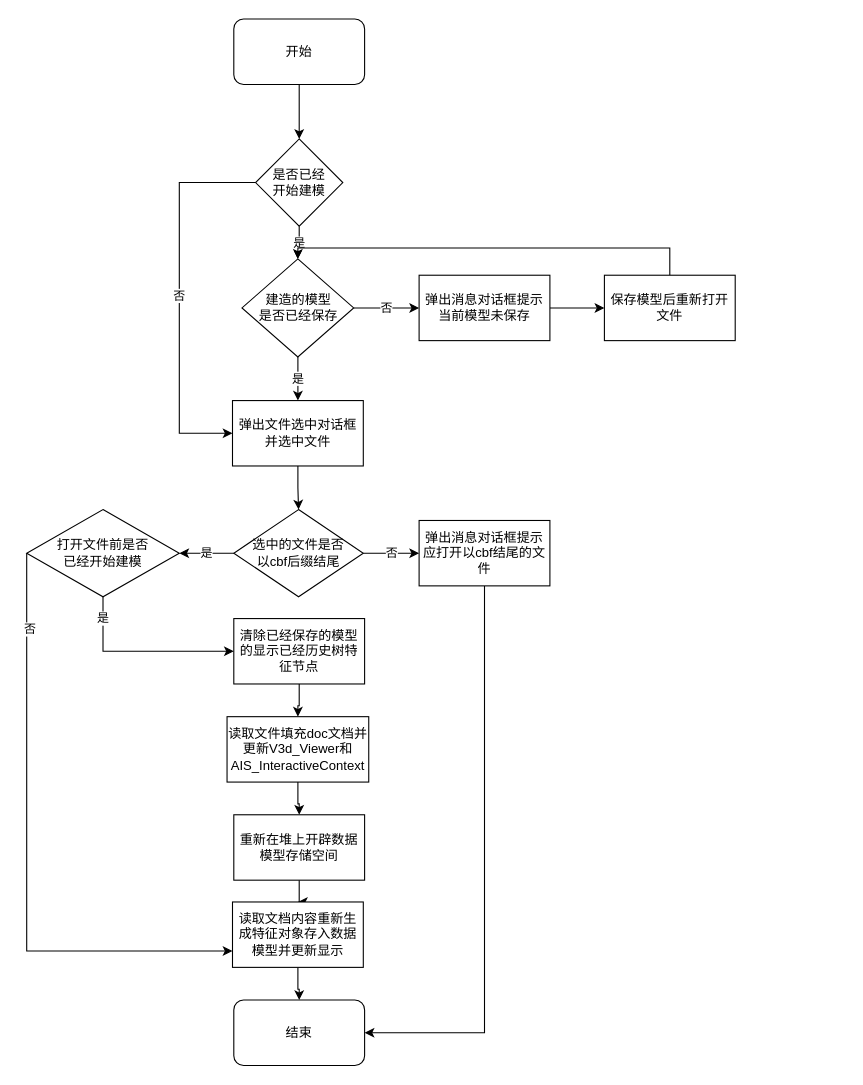
The draw.io diagram 文件存储和读取.drawio in liuhuliuhu123/First-test, before the edit. Source tidied: cells renumbered, new cells numbered last; positions are measured from the earlier drawing's top-left corner, leaving out a move shared by most shapes. Both pictures are drawn from the tidied source at 109%, with x=0, y=0 at pixel (26, 19).
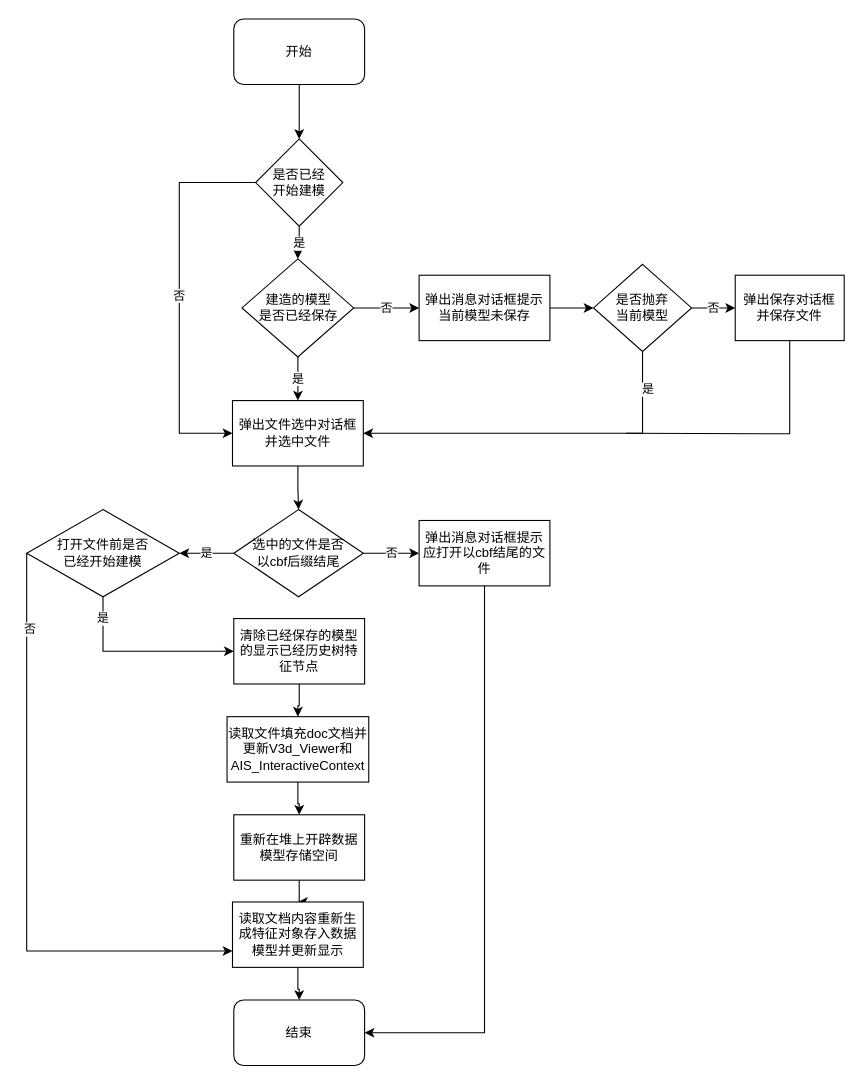
After the change.

Commit message (it also covers changes not shown here):
更新文件存储和读取.drawio

The change refers to these unchanged cells:
```xml
<mxCell id="9" value="建造的模型&lt;br&gt;是否已经保存" style="rhombus;whiteSpace=wrap;html=1;" parent="1" vertex="1">
  <mxGeometry x="197.5" y="220" width="102.5" height="90" as="geometry" />
</mxCell>
<mxCell id="11" value="弹出消息对话框提示当前模型未保存" style="rounded=0;whiteSpace=wrap;html=1;" parent="1" vertex="1">
  <mxGeometry x="360" y="235" width="120" height="60" as="geometry" />
</mxCell>
<mxCell id="13" value="弹出文件选中对话框并选中文件" style="rounded=0;whiteSpace=wrap;html=1;" parent="1" vertex="1">
  <mxGeometry x="188.8" y="350" width="120" height="60" as="geometry" />
</mxCell>
```

Change to the diagram source:
```diff
@@
-    <mxCell id="10" style="edgeStyle=orthogonalEdgeStyle;rounded=0;jettySize=auto;html=1;entryX=0;entryY=0.5;entryDx=0;entryDy=0;" parent="1" edge="1" source="11" target="27">
+    <mxCell id="10" style="edgeStyle=orthogonalEdgeStyle;rounded=0;jettySize=auto;html=1;entryX=0;entryY=0.5;entryDx=0;entryDy=0;" parent="1" edge="1" source="11" target="36">
       <mxGeometry relative="1" as="geometry" />
     </mxCell>
@@
-    <mxCell id="26" style="edgeStyle=orthogonalEdgeStyle;rounded=0;jettySize=auto;html=1;entryX=0.5;entryY=0;entryDx=0;entryDy=0;" parent="1" edge="1" source="27" target="9">
-      <mxGeometry relative="1" as="geometry">
-        <Array as="points">
-          <mxPoint x="590" y="210" />
-          <mxPoint x="249" y="210" />
-        </Array>
-      </mxGeometry>
-    </mxCell>
-    <mxCell id="27" value="保存模型后重新打开文件" style="rounded=0;whiteSpace=wrap;html=1;" parent="1" vertex="1">
-      <mxGeometry x="530" y="235" width="120" height="60" as="geometry" />
+    <mxCell id="27" value="弹出保存对话框&lt;br&gt;并保存文件" style="rounded=0;whiteSpace=wrap;html=1;" parent="1" vertex="1">
+      <mxGeometry x="650" y="235" width="100" height="60" as="geometry" />
     </mxCell>
@@
+    <mxCell id="34" value="否" style="edgeStyle=orthogonalEdgeStyle;rounded=0;jettySize=auto;html=1;entryX=0;entryY=0.5;entryDx=0;entryDy=0;" parent="1" edge="1" source="36" target="27">
+      <mxGeometry relative="1" as="geometry" />
+    </mxCell>
+    <mxCell id="35" value="是" style="edgeStyle=orthogonalEdgeStyle;rounded=0;jettySize=auto;html=1;entryX=1;entryY=0.5;entryDx=0;entryDy=0;" parent="1" edge="1" source="36" target="13">
+      <mxGeometry x="-0.79" y="5" relative="1" as="geometry">
+        <Array as="points">
+          <mxPoint x="565" y="380" />
+        </Array>
+      </mxGeometry>
+    </mxCell>
+    <mxCell id="36" value="是否抛弃&lt;br&gt;当前模型" style="rhombus;whiteSpace=wrap;html=1;" parent="1" vertex="1">
+      <mxGeometry x="520" y="225" width="90" height="80" as="geometry" />
+    </mxCell>
+    <mxCell id="37" style="endArrow=none;html=1;rounded=0;entryX=0.5;entryY=1;entryDx=0;entryDy=0;edgeStyle=orthogonalEdgeStyle;" parent="1" edge="1" target="27">
+      <mxGeometry relative="1" as="geometry">
+        <mxPoint x="550" y="380" as="sourcePoint" />
+      </mxGeometry>
+    </mxCell>
```
